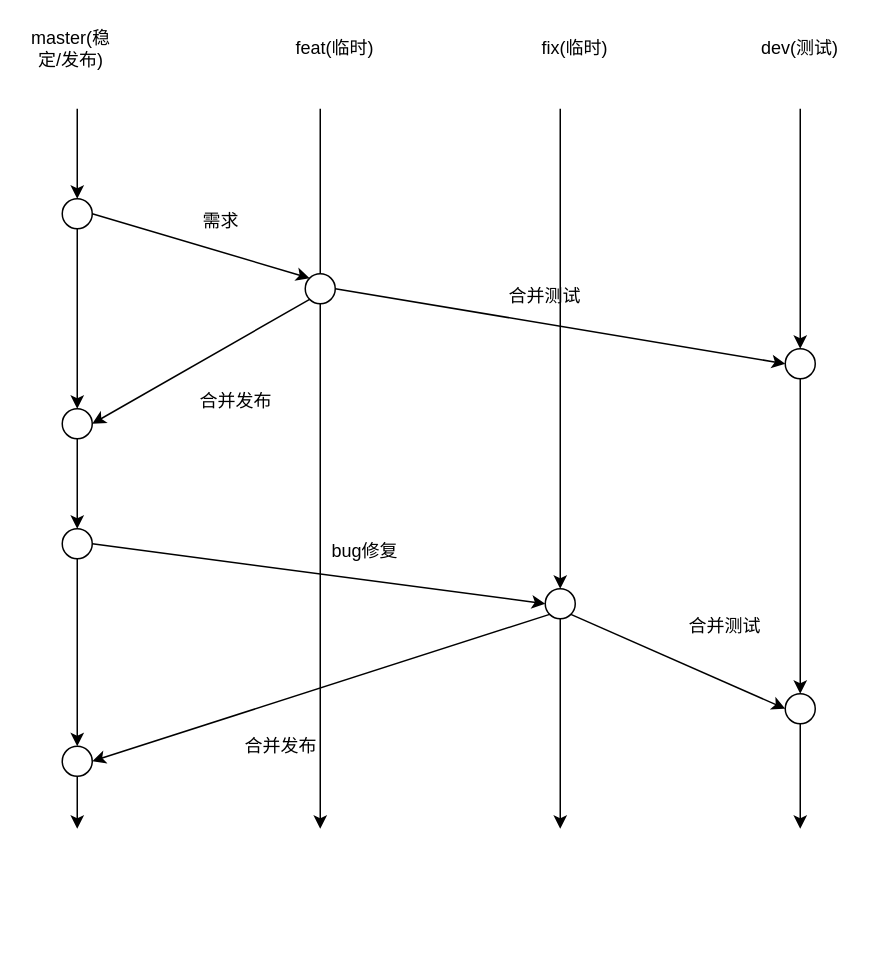
The draw.io diagram diagrams/代码分支管理.drawio in cn-wwl/draw, before the edit. Source tidied: cells renumbered, new cells numbered last; positions are measured from the earlier drawing's top-left corner, leaving out a move shared by most shapes. Both pictures are drawn from the tidied source at 150%, with x=0, y=0 at pixel (26, 26).
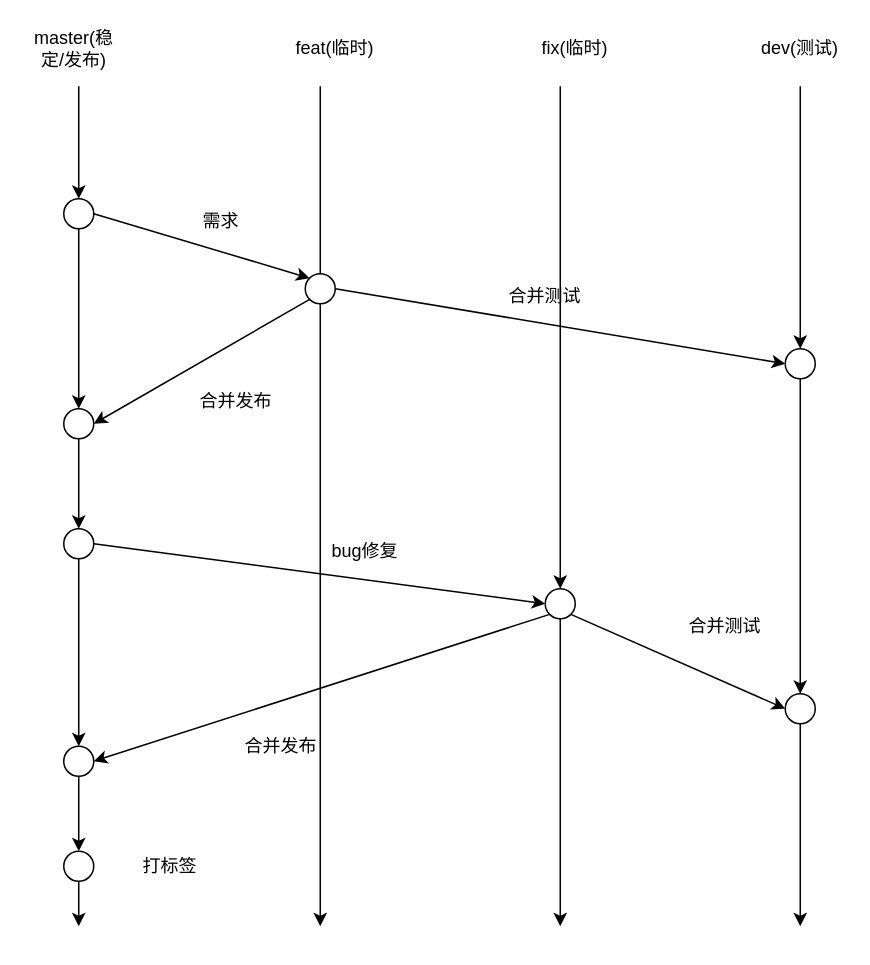
The same page after the edit.

Commit message:
更新代码分支管理.drawio

The change refers to these unchanged cells:
```xml
<mxCell id="14" style="ellipse;whiteSpace=wrap;html=1;" parent="1" vertex="1">
  <mxGeometry x="346" y="375" width="20" height="20" as="geometry" />
</mxCell>
<mxCell id="16" style="ellipse;whiteSpace=wrap;html=1;" parent="1" vertex="1">
  <mxGeometry x="506" y="215" width="20" height="20" as="geometry" />
</mxCell>
<mxCell id="18" style="ellipse;whiteSpace=wrap;html=1;" parent="1" vertex="1">
  <mxGeometry x="506" y="445" width="20" height="20" as="geometry" />
</mxCell>
```

Change to the diagram source:
```diff
@@
-    <mxCell id="2" style="endArrow=classic;html=1;rounded=0;" parent="1" edge="1" source="23">
+    <mxCell id="2" style="endArrow=classic;html=1;rounded=0;" parent="1" edge="1" source="38">
       <mxGeometry relative="1" as="geometry">
-        <mxPoint x="34" y="535" as="targetPoint" />
+        <mxPoint x="35" y="600" as="targetPoint" />
       </mxGeometry>
     </mxCell>
     <mxCell id="3" style="endArrow=classic;html=1;rounded=0;" parent="1" edge="1" source="18">
       <mxGeometry relative="1" as="geometry">
-        <mxPoint x="516" y="535" as="targetPoint" />
+        <mxPoint x="516" y="600" as="targetPoint" />
       </mxGeometry>
     </mxCell>
     <mxCell id="4" value="master(稳定/发布)" style="text;html=1;whiteSpace=wrap;strokeColor=none;fillColor=none;align=center;verticalAlign=middle;rounded=0;" parent="1" vertex="1">
-      <mxGeometry width="60" height="30" as="geometry" />
+      <mxGeometry x="2" width="60" height="30" as="geometry" />
     </mxCell>
@@
     <mxCell id="6" style="endArrow=classic;html=1;rounded=0;" parent="1" edge="1" source="14">
       <mxGeometry relative="1" as="geometry">
-        <mxPoint x="356" y="535" as="targetPoint" />
+        <mxPoint x="356" y="600" as="targetPoint" />
       </mxGeometry>
     </mxCell>
     <mxCell id="7" style="endArrow=classic;html=1;rounded=0;" parent="1" edge="1">
       <mxGeometry relative="1" as="geometry">
-        <mxPoint x="196" y="55" as="sourcePoint" />
-        <mxPoint x="196" y="535" as="targetPoint" />
+        <mxPoint x="196" y="40" as="sourcePoint" />
+        <mxPoint x="196" y="600" as="targetPoint" />
       </mxGeometry>
     </mxCell>
@@
     <mxCell id="10" style="endArrow=classic;html=1;rounded=0;" parent="1" edge="1" target="11">
       <mxGeometry relative="1" as="geometry">
-        <mxPoint x="34" y="55" as="sourcePoint" />
+        <mxPoint x="35" y="40" as="sourcePoint" />
       </mxGeometry>
     </mxCell>
     <mxCell id="11" style="ellipse;whiteSpace=wrap;html=1;" parent="1" vertex="1">
-      <mxGeometry x="24" y="115" width="20" height="20" as="geometry" />
+      <mxGeometry x="25" y="115" width="20" height="20" as="geometry" />
     </mxCell>
@@
     <mxCell id="13" style="endArrow=classic;html=1;rounded=0;" parent="1" edge="1" target="14">
       <mxGeometry relative="1" as="geometry">
-        <mxPoint x="356" y="55" as="sourcePoint" />
+        <mxPoint x="356" y="40" as="sourcePoint" />
       </mxGeometry>
     </mxCell>
@@
     <mxCell id="15" style="endArrow=classic;html=1;rounded=0;" parent="1" edge="1" target="16">
       <mxGeometry relative="1" as="geometry">
-        <mxPoint x="516" y="55" as="sourcePoint" />
+        <mxPoint x="516" y="40" as="sourcePoint" />
       </mxGeometry>
     </mxCell>
@@
     <mxCell id="21" style="ellipse;whiteSpace=wrap;html=1;" parent="1" vertex="1">
-      <mxGeometry x="24" y="255" width="20" height="20" as="geometry" />
+      <mxGeometry x="25" y="255" width="20" height="20" as="geometry" />
     </mxCell>
@@
     <mxCell id="23" style="ellipse;whiteSpace=wrap;html=1;" parent="1" vertex="1">
-      <mxGeometry x="24" y="480" width="20" height="20" as="geometry" />
+      <mxGeometry x="25" y="480" width="20" height="20" as="geometry" />
     </mxCell>
@@
     <mxCell id="27" style="ellipse;whiteSpace=wrap;html=1;" parent="1" vertex="1">
-      <mxGeometry x="24" y="335" width="20" height="20" as="geometry" />
+      <mxGeometry x="25" y="335" width="20" height="20" as="geometry" />
     </mxCell>
@@
+    <mxCell id="37" style="endArrow=classic;html=1;rounded=0;" parent="1" edge="1" source="23" target="38">
+      <mxGeometry relative="1" as="geometry" />
+    </mxCell>
+    <mxCell id="38" style="ellipse;whiteSpace=wrap;html=1;" parent="1" vertex="1">
+      <mxGeometry x="25" y="550" width="20" height="20" as="geometry" />
+    </mxCell>
+    <mxCell id="39" value="打标签" style="text;html=1;whiteSpace=wrap;strokeColor=none;fillColor=none;align=center;verticalAlign=middle;rounded=0;" parent="1" vertex="1">
+      <mxGeometry x="66" y="545" width="60" height="30" as="geometry" />
+    </mxCell>
```
